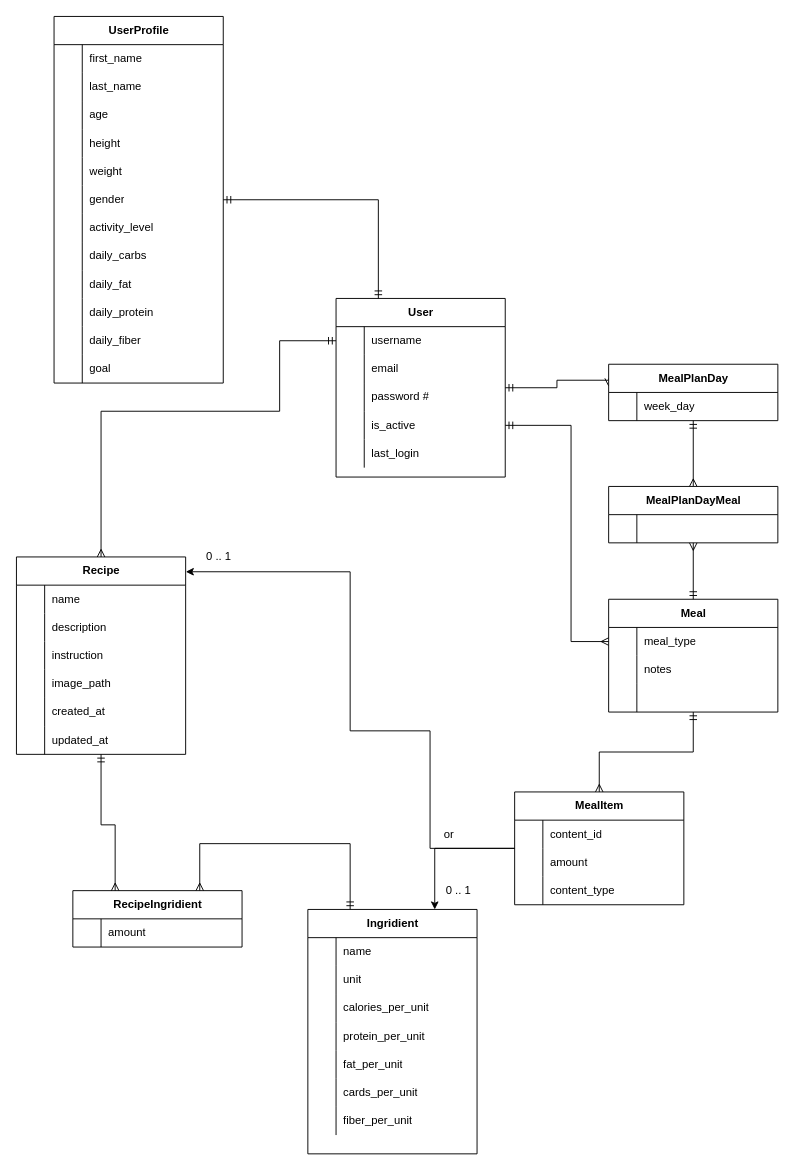
Earlier version of the draw.io diagram ER.drawio (ChiliKive/Recipe-Meal-Planner). Source tidied: cells renumbered, new cells numbered last; positions are measured from the earlier drawing's top-left corner, leaving out a move shared by most shapes. Both pictures are drawn from the tidied source at 94%, with x=0, y=0 at pixel (16, 16).
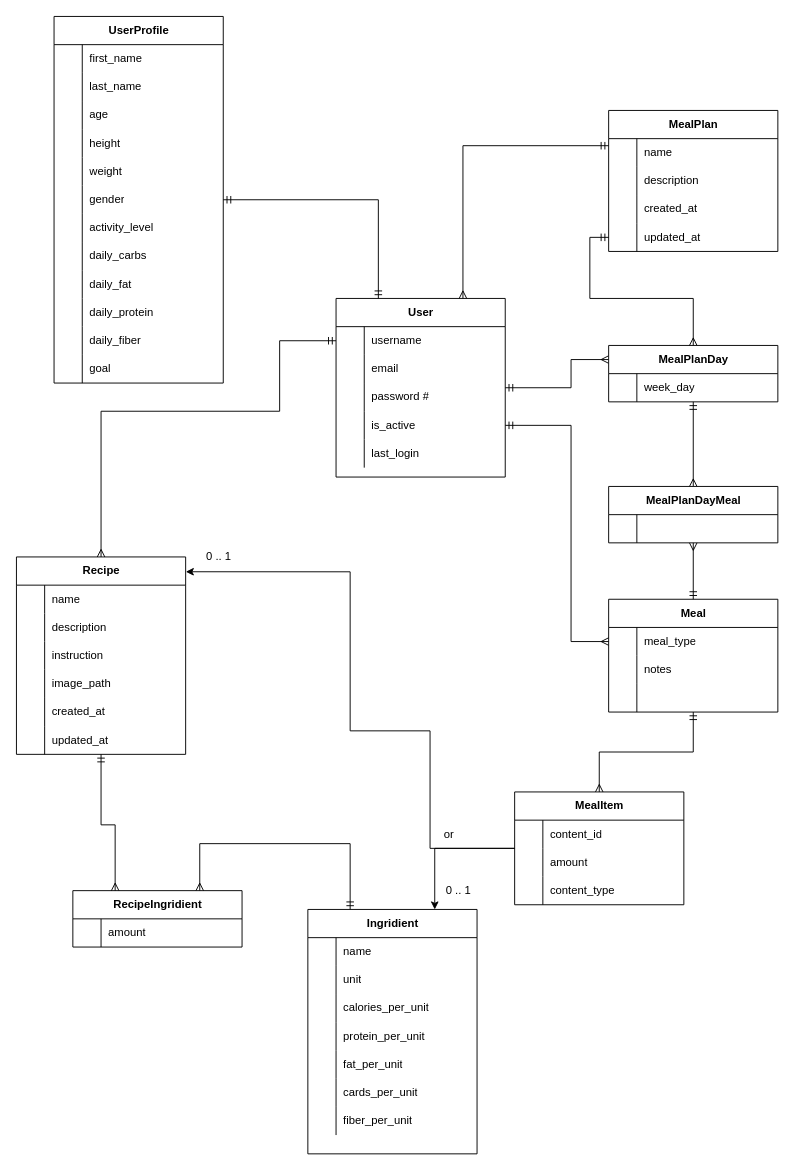
The same diagram, later.

Commit message:
Update ER diagram for MealPlan model integration

The change refers to these unchanged cells:
```xml
<mxCell id="14" value="User" style="shape=table;startSize=30;childLayout=tableLayout;rowLines=0;fontStyle=1;align=center;html=1;" parent="1" vertex="1">
  <mxGeometry x="340" y="300" width="180" height="190" as="geometry" />
</mxCell>
```

Change to the diagram source:
```diff
@@
     <mxCell id="13" style="edgeStyle=orthogonalEdgeStyle;rounded=0;jettySize=auto;html=1;entryX=0;entryY=0.25;entryDx=0;entryDy=0;endArrow=ERmany;endFill=0;startArrow=ERmandOne;startFill=0;" parent="1" edge="1" source="14" target="69">
       <mxGeometry relative="1" as="geometry">
         <Array as="points">
-          <mxPoint x="575" y="395" />
-          <mxPoint x="575" y="387" />
+          <mxPoint x="590" y="395" />
+          <mxPoint x="590" y="365" />
         </Array>
       </mxGeometry>
     </mxCell>
@@
     <mxCell id="69" value="MealPlanDay" style="shape=table;startSize=30;childLayout=tableLayout;rowLines=0;fontStyle=1;align=center;html=1;" parent="1" vertex="1">
-      <mxGeometry x="630" y="370" width="180" height="60" as="geometry" />
+      <mxGeometry x="630" y="350" width="180" height="60" as="geometry" />
     </mxCell>
@@
+    <mxCell id="142" value="MealPlan" style="shape=table;startSize=30;childLayout=tableLayout;rowLines=0;fontStyle=1;align=center;html=1;" parent="1" vertex="1">
+      <mxGeometry x="630" y="100" width="180" height="150" as="geometry" />
+    </mxCell>
+    <mxCell id="143" style="shape=tableRow;horizontal=0;startSize=0;swimlaneHead=0;swimlaneBody=0;fillColor=none;top=0;left=0;right=0;bottom=0;" parent="142" vertex="1">
+      <mxGeometry y="30" width="180" height="30" as="geometry" />
+    </mxCell>
+    <mxCell id="144" style="shape=partialRectangle;fillColor=none;top=0;left=0;bottom=0;right=0;overflow=hidden;whiteSpace=wrap;html=1;" parent="143" vertex="1">
+      <mxGeometry width="30" height="30" as="geometry" />
+    </mxCell>
+    <mxCell id="145" value="name" style="shape=partialRectangle;fillColor=none;top=0;left=0;bottom=0;right=0;align=left;spacingLeft=6;overflow=hidden;whiteSpace=wrap;html=1;" parent="143" vertex="1">
+      <mxGeometry x="30" width="150" height="30" as="geometry" />
+    </mxCell>
+    <mxCell id="146" style="shape=tableRow;horizontal=0;startSize=0;swimlaneHead=0;swimlaneBody=0;fillColor=none;top=0;left=0;right=0;bottom=0;" parent="142" vertex="1">
+      <mxGeometry y="60" width="180" height="30" as="geometry" />
+    </mxCell>
+    <mxCell id="147" style="shape=partialRectangle;fillColor=none;top=0;left=0;bottom=0;right=0;overflow=hidden;whiteSpace=wrap;html=1;" parent="146" vertex="1">
+      <mxGeometry width="30" height="30" as="geometry" />
+    </mxCell>
+    <mxCell id="148" value="description" style="shape=partialRectangle;fillColor=none;top=0;left=0;bottom=0;right=0;align=left;spacingLeft=6;overflow=hidden;whiteSpace=wrap;html=1;" parent="146" vertex="1">
+      <mxGeometry x="30" width="150" height="30" as="geometry" />
+    </mxCell>
+    <mxCell id="149" style="shape=tableRow;horizontal=0;startSize=0;swimlaneHead=0;swimlaneBody=0;fillColor=none;top=0;left=0;right=0;bottom=0;" parent="142" vertex="1">
+      <mxGeometry y="90" width="180" height="30" as="geometry" />
+    </mxCell>
+    <mxCell id="150" style="shape=partialRectangle;fillColor=none;top=0;left=0;bottom=0;right=0;overflow=hidden;whiteSpace=wrap;html=1;" parent="149" vertex="1">
+      <mxGeometry width="30" height="30" as="geometry" />
+    </mxCell>
+    <mxCell id="151" value="created_at" style="shape=partialRectangle;fillColor=none;top=0;left=0;bottom=0;right=0;align=left;spacingLeft=6;overflow=hidden;whiteSpace=wrap;html=1;" parent="149" vertex="1">
+      <mxGeometry x="30" width="150" height="30" as="geometry" />
+    </mxCell>
+    <mxCell id="152" style="shape=tableRow;horizontal=0;startSize=0;swimlaneHead=0;swimlaneBody=0;fillColor=none;points=[[0,0.5],[1,0.5]];portConstraint=eastwest;top=0;left=0;right=0;bottom=0;" parent="142" vertex="1">
+      <mxGeometry y="120" width="180" height="30" as="geometry" />
+    </mxCell>
+    <mxCell id="153" style="shape=partialRectangle;fillColor=none;top=0;left=0;bottom=0;right=0;overflow=hidden;whiteSpace=wrap;html=1;" parent="152" vertex="1">
+      <mxGeometry width="30" height="30" as="geometry" />
+    </mxCell>
+    <mxCell id="154" value="updated_at" style="shape=partialRectangle;fillColor=none;top=0;left=0;bottom=0;right=0;align=left;spacingLeft=6;overflow=hidden;whiteSpace=wrap;html=1;" parent="152" vertex="1">
+      <mxGeometry x="30" width="150" height="30" as="geometry" />
+    </mxCell>
+    <mxCell id="155" style="edgeStyle=orthogonalEdgeStyle;rounded=0;jettySize=auto;html=1;entryX=0;entryY=0.5;entryDx=0;entryDy=0;endArrow=ERmandOne;endFill=0;startArrow=ERmany;startFill=0;exitX=0.5;exitY=0;exitDx=0;exitDy=0;" parent="1" edge="1" source="69" target="152">
+      <mxGeometry relative="1" as="geometry" />
+    </mxCell>
+    <mxCell id="156" style="edgeStyle=orthogonalEdgeStyle;rounded=0;jettySize=auto;html=1;entryX=0;entryY=0.25;entryDx=0;entryDy=0;endArrow=ERmandOne;endFill=0;startArrow=ERmany;startFill=0;exitX=0.75;exitY=0;exitDx=0;exitDy=0;" parent="1" edge="1" source="14" target="142">
+      <mxGeometry relative="1" as="geometry" />
+    </mxCell>
```
